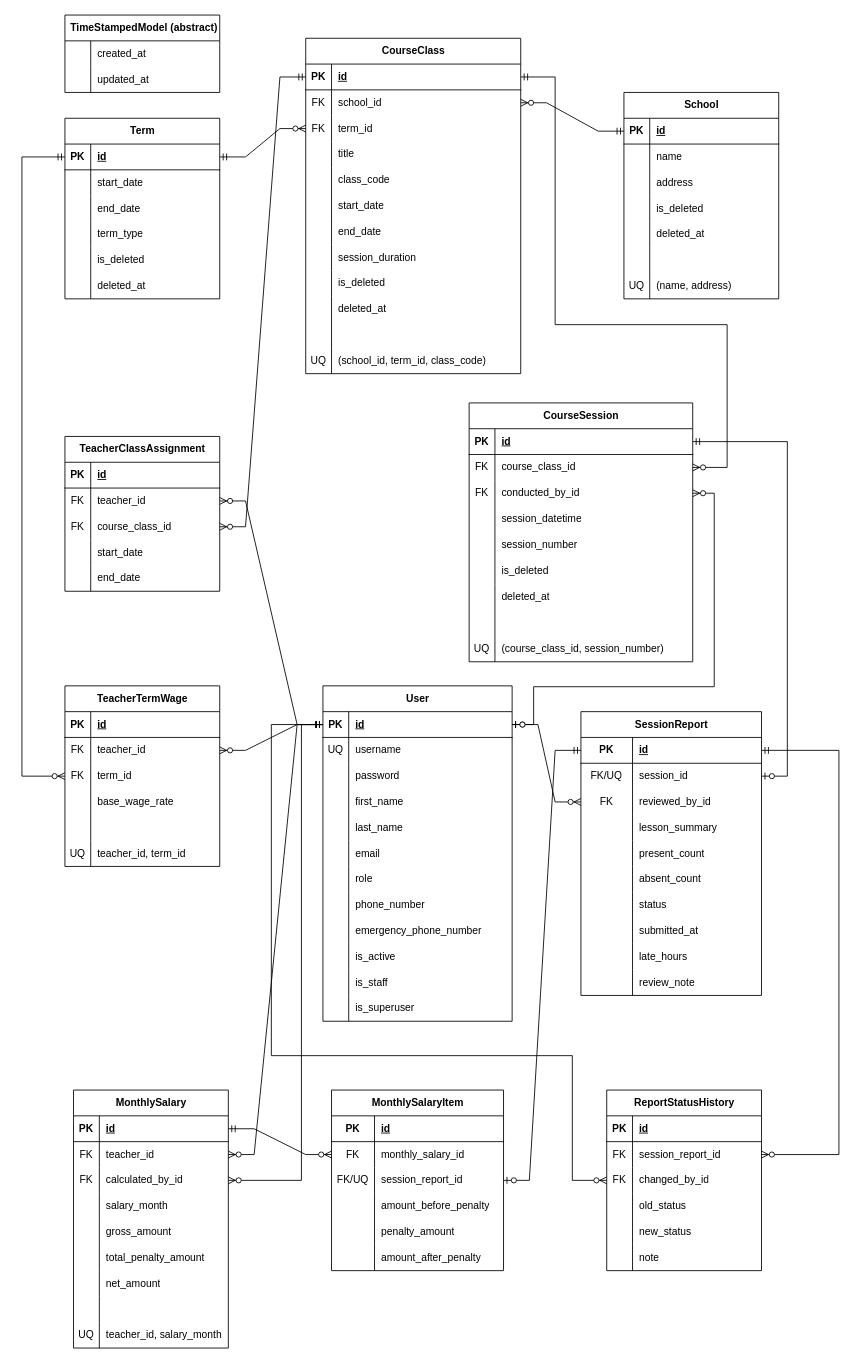
Vahidvhd/academic-operations-payroll-api keeps this draw.io diagram as docs/erd/erd.drawio. Above is the earlier version. Source tidied: cells renumbered, new cells numbered last; positions are measured from the earlier drawing's top-left corner, leaving out a move shared by most shapes. Both pictures are drawn from the tidied source at 86%, with x=0, y=0 at pixel (22, 15).
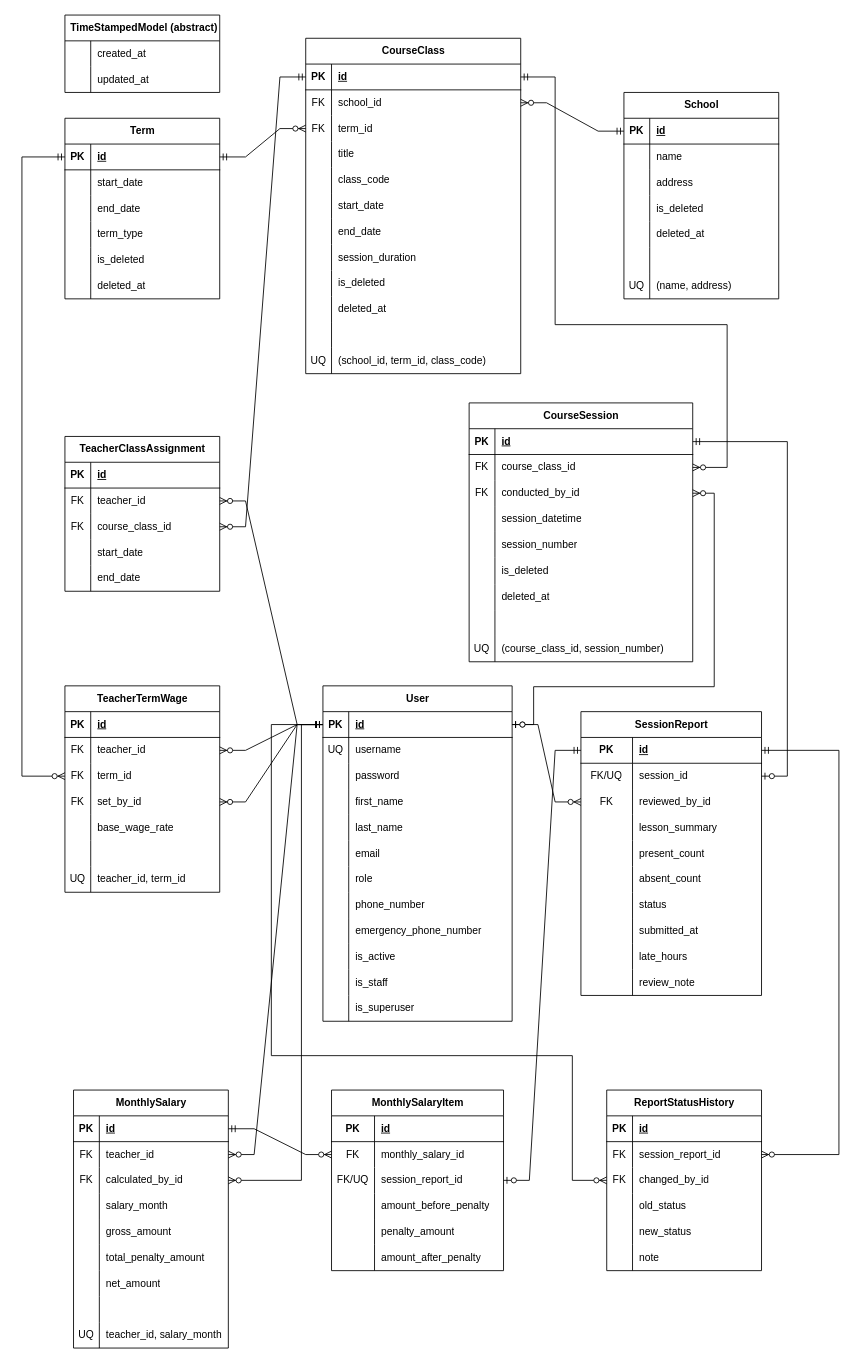
Above is the later version.

Unchanged cells that the change refers to:
```xml
<mxCell id="163" style="shape=tableRow;horizontal=0;startSize=0;swimlaneHead=0;swimlaneBody=0;fillColor=none;points=[[0,0.5],[1,0.5]];portConstraint=eastwest;top=0;left=0;right=0;bottom=1;" parent="162" vertex="1">
  <mxGeometry y="30" width="220" height="30" as="geometry" />
</mxCell>
```

What changed in the source:
```diff
@@
     <mxCell id="265" value="TeacherTermWage" style="shape=table;startSize=30;childLayout=tableLayout;rowLines=0;fontStyle=1;align=center;html=1;" parent="1" vertex="1">
-      <mxGeometry x="50" y="780" width="180" height="210" as="geometry" />
+      <mxGeometry x="50" y="780" width="180" height="240" as="geometry" />
     </mxCell>
@@
+    <mxCell id="300" style="shape=tableRow;horizontal=0;startSize=0;swimlaneHead=0;swimlaneBody=0;fillColor=none;points=[[0,0.5],[1,0.5]];portConstraint=eastwest;top=0;left=0;right=0;bottom=0;" parent="265" vertex="1">
+      <mxGeometry y="120" width="180" height="30" as="geometry" />
+    </mxCell>
+    <mxCell id="301" value="FK" style="shape=partialRectangle;fillColor=none;top=0;left=0;bottom=0;right=0;overflow=hidden;whiteSpace=wrap;html=1;" parent="300" vertex="1">
+      <mxGeometry width="30" height="30" as="geometry" />
+    </mxCell>
+    <mxCell id="302" value="set_by_id" style="shape=partialRectangle;fillColor=none;top=0;left=0;bottom=0;right=0;align=left;spacingLeft=6;overflow=hidden;whiteSpace=wrap;html=1;" parent="300" vertex="1">
+      <mxGeometry x="30" width="150" height="30" as="geometry" />
+    </mxCell>
     <mxCell id="275" style="shape=tableRow;horizontal=0;startSize=0;swimlaneHead=0;swimlaneBody=0;fillColor=none;top=0;left=0;right=0;bottom=0;" parent="265" vertex="1">
-      <mxGeometry y="120" width="180" height="30" as="geometry" />
+      <mxGeometry y="150" width="180" height="30" as="geometry" />
     </mxCell>
@@
     <mxCell id="278" style="shape=tableRow;horizontal=0;startSize=0;swimlaneHead=0;swimlaneBody=0;fillColor=none;top=0;left=0;right=0;bottom=0;" parent="265" vertex="1">
-      <mxGeometry y="150" width="180" height="30" as="geometry" />
+      <mxGeometry y="180" width="180" height="30" as="geometry" />
     </mxCell>
@@
     <mxCell id="281" style="shape=tableRow;horizontal=0;startSize=0;swimlaneHead=0;swimlaneBody=0;fillColor=none;top=0;left=0;right=0;bottom=0;" parent="265" vertex="1">
-      <mxGeometry y="180" width="180" height="30" as="geometry" />
+      <mxGeometry y="210" width="180" height="30" as="geometry" />
     </mxCell>
@@
+    <mxCell id="303" style="edgeStyle=entityRelationEdgeStyle;fontSize=12;html=1;endArrow=ERzeroToMany;startArrow=ERmandOne;rounded=0;" parent="1" edge="1" source="163" target="300">
+      <mxGeometry relative="1" as="geometry" />
+    </mxCell>
```
